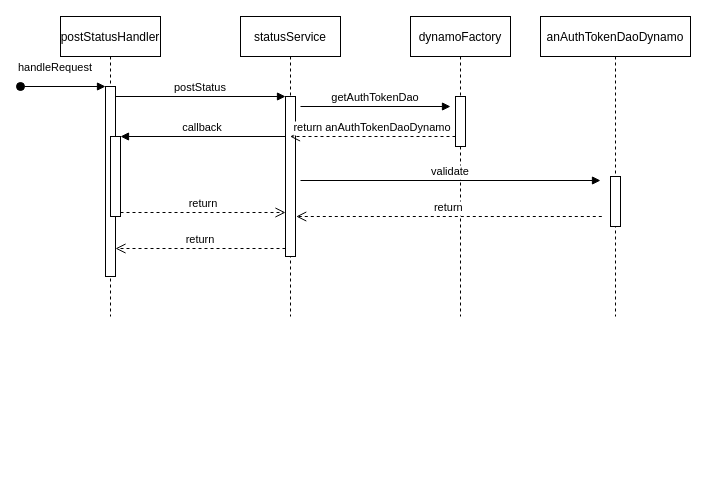
This is Untitled Diagram.drawio from GitLlamma/UML_Diagrams, a draw.io file, before an edit. Source tidied: cells renumbered, new cells numbered last; positions are measured from the earlier drawing's top-left corner, leaving out a move shared by most shapes. Both pictures are drawn from the tidied source at 100%, with x=0, y=0 at pixel (20, 16).
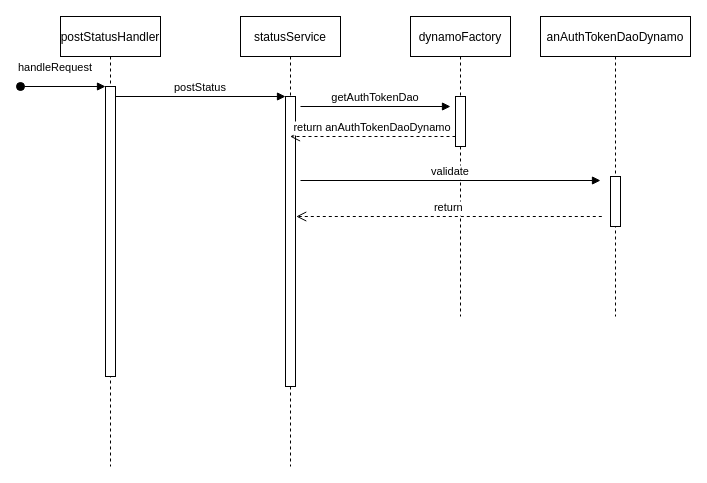
Above is the later version.

The edit, as a diff of the source:
```diff
@@
     <mxCell id="2" value="postStatusHandler" style="shape=umlLifeline;perimeter=lifelinePerimeter;rounded=0;shadow=0;strokeWidth=1;" parent="1" vertex="1">
-      <mxGeometry x="40" width="100" height="300" as="geometry" />
+      <mxGeometry x="40" width="100" height="450" as="geometry" />
     </mxCell>
     <mxCell id="3" style="points=[];perimeter=orthogonalPerimeter;rounded=0;shadow=0;strokeWidth=1;" parent="2" vertex="1">
-      <mxGeometry x="45" y="70" width="10" height="190" as="geometry" />
+      <mxGeometry x="45" y="70" width="10" height="290" as="geometry" />
     </mxCell>
@@
-    <mxCell id="5" style="points=[];perimeter=orthogonalPerimeter;rounded=0;shadow=0;strokeWidth=1;" parent="2" vertex="1">
-      <mxGeometry x="50" y="120" width="10" height="80" as="geometry" />
-    </mxCell>
     <mxCell id="6" value="statusService" style="shape=umlLifeline;perimeter=lifelinePerimeter;rounded=0;shadow=0;strokeWidth=1;" parent="1" vertex="1">
-      <mxGeometry x="220" width="100" height="300" as="geometry" />
+      <mxGeometry x="220" width="100" height="450" as="geometry" />
     </mxCell>
     <mxCell id="7" style="points=[];perimeter=orthogonalPerimeter;rounded=0;shadow=0;strokeWidth=1;" parent="6" vertex="1">
-      <mxGeometry x="45" y="80" width="10" height="160" as="geometry" />
+      <mxGeometry x="45" y="80" width="10" height="290" as="geometry" />
     </mxCell>
-    <mxCell id="8" value="return" style="verticalAlign=bottom;endArrow=open;dashed=1;endSize=8;exitX=0;exitY=0.95;shadow=0;strokeWidth=1;" parent="1" edge="1" source="7" target="3">
-      <mxGeometry relative="1" as="geometry" />
-    </mxCell>
@@
-    <mxCell id="10" value="callback" style="verticalAlign=bottom;endArrow=block;entryX=1;entryY=0;shadow=0;strokeWidth=1;" parent="1" edge="1" source="7" target="5">
-      <mxGeometry relative="1" as="geometry" />
-    </mxCell>
-    <mxCell id="11" value="return" style="verticalAlign=bottom;endArrow=open;dashed=1;endSize=8;exitX=1;exitY=0.95;shadow=0;strokeWidth=1;" parent="1" edge="1" source="5" target="7">
-      <mxGeometry relative="1" as="geometry" />
-    </mxCell>
```
